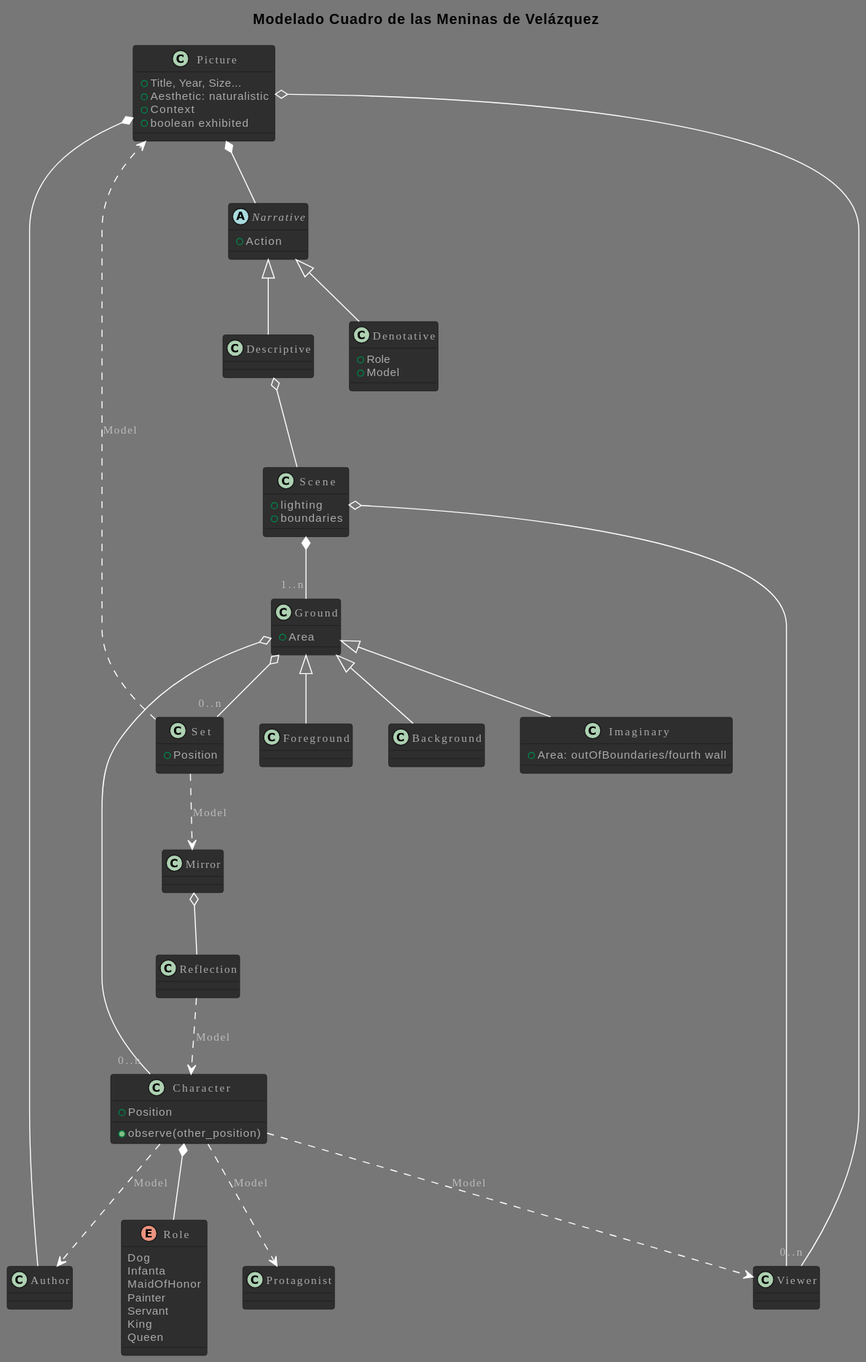
Earlier version of the PlantUML export PracticasMaster/01_Modelado_O/diagrams/meninas/MeninasDomain.svg (Joselon/joselon.github.io).
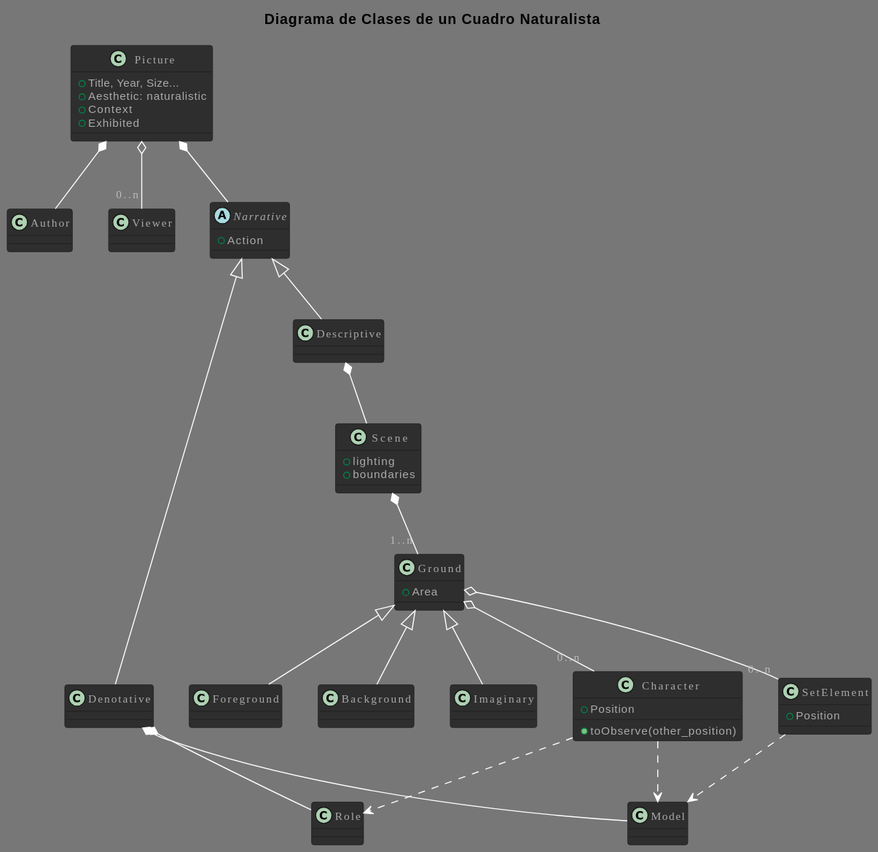
After the change.

Change to the diagram source:
```diff
@@ -1,12 +1,12 @@
 @startuml
 !theme reddress-darkred
-title Modelado Cuadro de las Meninas de Velázquez
+title Diagrama de Clases de un Cuadro Naturalista
 
 class Picture {
     + Title, Year, Size...
     + Aesthetic: naturalistic
     + Context
-    + boolean exhibited
+    + Exhibited
 }
 Picture *-- Author
 Picture o--"0..n" Viewer
@@ -19,30 +19,20 @@
 Narrative <|-- Descriptive
 
 class Denotative {
-    + Role
-    + Model
 }
 
-enum Role {
-    Dog
-    Infanta
-    MaidOfHonor
-    Painter
-    Servant
-    King
-    Queen
-}
+Denotative *-- Role
+Denotative *-- Model
 
 class Descriptive {
 }
-Descriptive o-- Scene
+Descriptive *-- Scene
 
 class Scene {
     + lighting
     + boundaries
 }
 Scene *--"1..n" Ground
-Scene o-- Viewer
 
 class Ground {
     + Area
@@ -51,36 +41,21 @@
 Ground <|-- Background
 Ground <|-- Imaginary
 
-class Imaginary {
-    + Area: outOfBoundaries/fourth wall
-}
-
 Ground o--"0..n" Character
-Ground o--"0..n" Set
+Ground o--"0..n" SetElement
 
 
-class Set {
+class SetElement {
    + Position
 }
-Set ..> Picture :Model
-Set ..> Mirror :Model
-
-class Mirror {
-}
-Mirror o-- Reflection
-
-class Reflection {
-}
-Reflection ..> Character :Model
 
 class Character {
     + Position
-    + observe(other_position)
+    + toObserve(other_position)
 }
-Character ..> Author :Model
-Character ..> Viewer :Model
-Character ..> Protagonist :Model
-Character *-- Role
+Character ..> Model
+Character ..> Role
+SetElement ..> Model
 
 class Viewer {
 }
@@ -365,13 +340,13 @@
   stereotypeFontColor aaa
   stereotypeFontSize 11
 }
-title Modelado Cuadro de las Meninas de Velázquez
+title Diagrama de Clases de un Cuadro Naturalista
 
 class Picture {
     + Title, Year, Size...
     + Aesthetic: naturalistic
     + Context
-    + boolean exhibited
+    + Exhibited
 }
 Picture *-- Author
 Picture o--"0..n" Viewer
@@ -384,30 +359,20 @@
 Narrative <|-- Descriptive
 
 class Denotative {
-    + Role
-    + Model
 }
 
-enum Role {
-    Dog
-    Infanta
-    MaidOfHonor
-    Painter
-    Servant
-    King
-    Queen
-}
+Denotative *-- Role
+Denotative *-- Model
 
 class Descriptive {
 }
-Descriptive o-- Scene
+Descriptive *-- Scene
 
 class Scene {
     + lighting
     + boundaries
 }
 Scene *--"1..n" Ground
-Scene o-- Viewer
 
 class Ground {
     + Area
@@ -416,36 +381,21 @@
 Ground <|-- Background
 Ground <|-- Imaginary
 
-class Imaginary {
-    + Area: outOfBoundaries/fourth wall
-}
-
 Ground o--"0..n" Character
-Ground o--"0..n" Set
+Ground o--"0..n" SetElement
 
 
-class Set {
+class SetElement {
    + Position
 }
-Set ..> Picture :Model
-Set ..> Mirror :Model
-
-class Mirror {
-}
-Mirror o-- Reflection
-
-class Reflection {
-}
-Reflection ..> Character :Model
 
 class Character {
     + Position
-    + observe(other_position)
+    + toObserve(other_position)
 }
-Character ..> Author :Model
-Character ..> Viewer :Model
-Character ..> Protagonist :Model
-Character *-- Role
+Character ..> Model
+Character ..> Role
+SetElement ..> Model
 
 class Viewer {
 }
```
